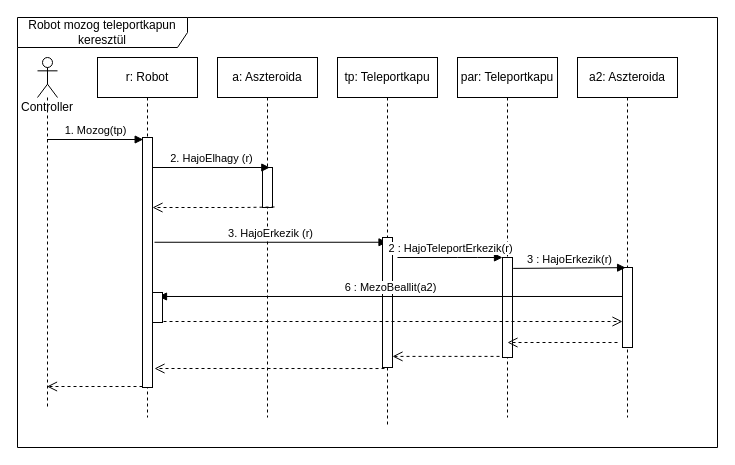
torpeBoiGo/aszteroidabanyaszat keeps this draw.io diagram as page "Robot" (2 of 2) of doc/szekvencia/4het_szek_TeleportMozgas.drawio. Above is the earlier version. Source tidied: cells renumbered, new cells numbered last; positions are measured from the earlier drawing's top-left corner, leaving out a move shared by most shapes. Both pictures are drawn from the tidied source at 100%, with x=0, y=0 at pixel (17, 17).
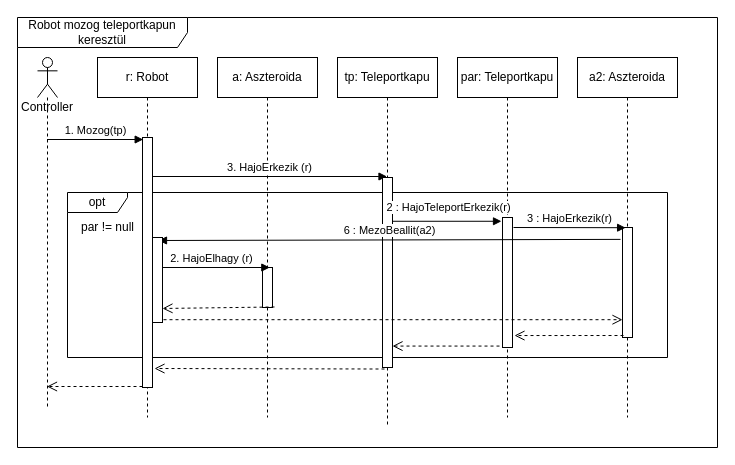
After the change.

Commit message (it also covers changes not shown here):
opt ha null a par

Unchanged cells that the change refers to:
```xml
<mxCell id="4" value="a: Aszteroida" style="shape=umlLifeline;perimeter=lifelinePerimeter;whiteSpace=wrap;html=1;" parent="1" vertex="1">
  <mxGeometry x="200" y="40" width="100" height="360" as="geometry" />
</mxCell>
<mxCell id="10" style="html=1;points=[];perimeter=orthogonalPerimeter;" parent="1" vertex="1">
  <mxGeometry x="125" y="120" width="10" height="250" as="geometry" />
</mxCell>
<mxCell id="15" value="tp: Teleportkapu" style="shape=umlLifeline;perimeter=lifelinePerimeter;whiteSpace=wrap;html=1;outlineConnect=0;" parent="1" vertex="1">
  <mxGeometry x="320" y="40" width="100" height="370" as="geometry" />
</mxCell>
<mxCell id="17" value="par: Teleportkapu" style="shape=umlLifeline;perimeter=lifelinePerimeter;whiteSpace=wrap;html=1;" parent="1" vertex="1">
  <mxGeometry x="440" y="40" width="100" height="360" as="geometry" />
</mxCell>
<mxCell id="19" value="a2: Aszteroida" style="shape=umlLifeline;perimeter=lifelinePerimeter;whiteSpace=wrap;html=1;" parent="1" vertex="1">
  <mxGeometry x="560" y="40" width="100" height="360" as="geometry" />
</mxCell>
```

Diff of the diagram source:
```diff
@@
+    <mxCell id="28" value="opt" style="shape=umlFrame;whiteSpace=wrap;html=1;width=60;height=20;" parent="1" vertex="1">
+      <mxGeometry x="50" y="175" width="600" height="165" as="geometry" />
+    </mxCell>
@@
     <mxCell id="5" style="html=1;points=[];perimeter=orthogonalPerimeter;" parent="4" vertex="1">
-      <mxGeometry x="45" y="110" width="10" height="40" as="geometry" />
+      <mxGeometry x="45" y="210" width="10" height="40" as="geometry" />
     </mxCell>
@@
-    <mxCell id="7" style="html=1;verticalAlign=bottom;endArrow=open;dashed=1;endSize=8;exitX=1.2;exitY=0.987;exitDx=0;exitDy=0;exitPerimeter=0;" parent="1" edge="1" source="5" target="10">
-      <mxGeometry relative="1" as="geometry">
-        <Array as="points">
-          <mxPoint x="225" y="190" />
-        </Array>
-      </mxGeometry>
+    <mxCell id="7" style="html=1;verticalAlign=bottom;endArrow=open;dashed=1;endSize=8;exitX=1.2;exitY=0.987;exitDx=0;exitDy=0;exitPerimeter=0;entryX=1;entryY=0.835;entryDx=0;entryDy=0;entryPerimeter=0;" parent="1" edge="1" source="5" target="27">
+      <mxGeometry relative="1" as="geometry" />
     </mxCell>
-    <mxCell id="8" value="3. HajoErkezik (r)" style="html=1;verticalAlign=bottom;endArrow=block;exitX=1.2;exitY=0.419;exitDx=0;exitDy=0;exitPerimeter=0;" parent="1" edge="1" source="10" target="15">
+    <mxCell id="8" value="3. HajoErkezik (r)" style="html=1;verticalAlign=bottom;endArrow=block;exitX=1;exitY=0.156;exitDx=0;exitDy=0;exitPerimeter=0;" parent="1" edge="1" source="10" target="15">
       <mxGeometry relative="1" as="geometry" />
     </mxCell>
@@
     <mxCell id="16" style="html=1;points=[];perimeter=orthogonalPerimeter;" parent="15" vertex="1">
-      <mxGeometry x="45" y="180" width="10" height="130" as="geometry" />
+      <mxGeometry x="45" y="120" width="10" height="190" as="geometry" />
     </mxCell>
@@
     <mxCell id="18" style="html=1;points=[];perimeter=orthogonalPerimeter;" parent="17" vertex="1">
-      <mxGeometry x="45" y="200" width="10" height="100" as="geometry" />
+      <mxGeometry x="45" y="160" width="10" height="130" as="geometry" />
     </mxCell>
@@
     <mxCell id="20" style="html=1;points=[];perimeter=orthogonalPerimeter;" parent="19" vertex="1">
-      <mxGeometry x="45" y="210" width="10" height="80" as="geometry" />
+      <mxGeometry x="45" y="170" width="10" height="110" as="geometry" />
     </mxCell>
-    <mxCell id="21" value="2 : HajoTeleportErkezik(r)" style="html=1;verticalAlign=bottom;endArrow=block;" parent="1" edge="1" target="18">
-      <mxGeometry relative="1" as="geometry">
-        <mxPoint x="380" y="240" as="sourcePoint" />
-        <Array as="points">
-          <mxPoint x="450" y="240" />
-        </Array>
-      </mxGeometry>
+    <mxCell id="21" value="2 : HajoTeleportErkezik(r)" style="html=1;verticalAlign=bottom;endArrow=block;entryX=-0.1;entryY=0.029;entryDx=0;entryDy=0;entryPerimeter=0;" parent="1" edge="1" source="16" target="18">
+      <mxGeometry x="0.02" y="5" relative="1" as="geometry" />
     </mxCell>
-    <mxCell id="22" value="3 : HajoErkezik(r)" style="html=1;verticalAlign=bottom;endArrow=block;entryX=0.31;entryY=0.002;entryDx=0;entryDy=0;entryPerimeter=0;exitX=1.069;exitY=0.109;exitDx=0;exitDy=0;exitPerimeter=0;" parent="1" edge="1" source="18" target="20">
-      <mxGeometry relative="1" as="geometry" />
+    <mxCell id="22" value="3 : HajoErkezik(r)" style="html=1;verticalAlign=bottom;endArrow=block;entryX=0.31;entryY=0.002;entryDx=0;entryDy=0;entryPerimeter=0;" parent="1" edge="1" target="20">
+      <mxGeometry relative="1" as="geometry">
+        <mxPoint x="496" y="210" as="sourcePoint" />
+      </mxGeometry>
     </mxCell>
@@
-    <mxCell id="24" style="html=1;verticalAlign=bottom;endArrow=open;dashed=1;endSize=8;entryX=0.5;entryY=0.85;entryDx=0;entryDy=0;entryPerimeter=0;" parent="1" edge="1" target="18">
-      <mxGeometry relative="1" as="geometry">
-        <mxPoint x="600" y="325" as="sourcePoint" />
-      </mxGeometry>
+    <mxCell id="24" style="html=1;verticalAlign=bottom;endArrow=open;dashed=1;endSize=8;exitX=0.1;exitY=0.982;exitDx=0;exitDy=0;exitPerimeter=0;entryX=1.2;entryY=0.908;entryDx=0;entryDy=0;entryPerimeter=0;" parent="1" edge="1" source="20" target="18">
+      <mxGeometry relative="1" as="geometry" />
     </mxCell>
@@
-    <mxCell id="26" value="6 : MezoBeallit(a2)" style="html=1;verticalAlign=bottom;endArrow=block;entryX=0.6;entryY=0.133;entryDx=0;entryDy=0;entryPerimeter=0;" parent="1" edge="1" source="20" target="27">
-      <mxGeometry relative="1" as="geometry" />
+    <mxCell id="26" value="6 : MezoBeallit(a2)" style="html=1;verticalAlign=bottom;endArrow=block;exitX=-0.2;exitY=0.108;exitDx=0;exitDy=0;exitPerimeter=0;" parent="1" edge="1" source="20">
+      <mxGeometry relative="1" as="geometry">
+        <mxPoint x="141" y="223" as="targetPoint" />
+      </mxGeometry>
     </mxCell>
     <mxCell id="27" style="html=1;points=[];perimeter=orthogonalPerimeter;" parent="1" vertex="1">
-      <mxGeometry x="135" y="275" width="10" height="30" as="geometry" />
+      <mxGeometry x="135" y="220" width="10" height="85" as="geometry" />
     </mxCell>
+    <mxCell id="29" value="par != null" style="text;html=1;align=center;verticalAlign=middle;" parent="1" vertex="1">
+      <mxGeometry x="55" y="200" width="70" height="20" as="geometry" />
+    </mxCell>
```
